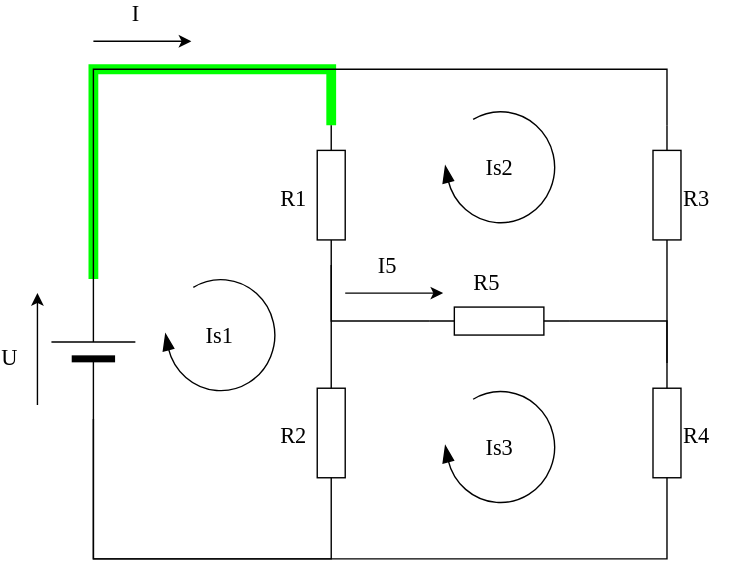
Above: examples/CircuitDiagram.drawio.svg in plow-technologies/onping-hmi-images (draw.io), before the change. Source tidied: cells renumbered, new cells last; positions are measured from the earlier drawing's top-left corner, leaving out a move shared by most shapes.
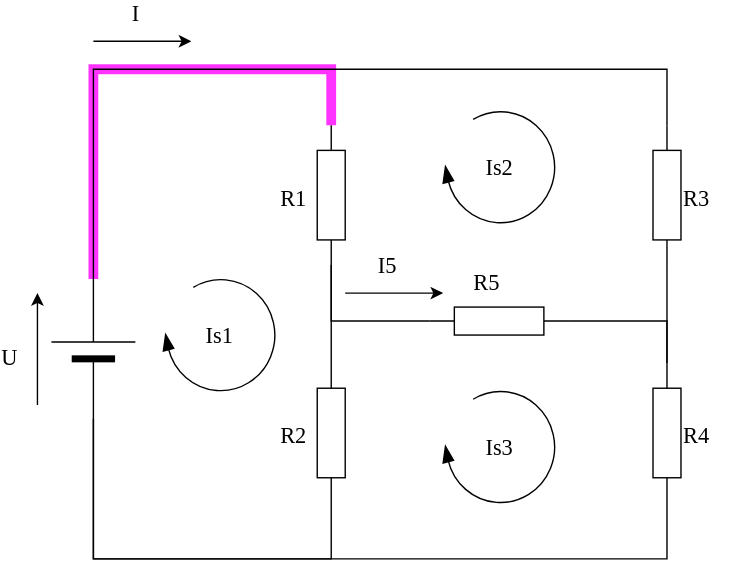
Above is the later version.

Change to the diagram source:
```diff
@@ -2,7 +2,7 @@
   <root>
     <mxCell id="0" />
     <mxCell id="1" parent="0" />
-    <mxCell id="2" style="edgeStyle=orthogonalEdgeStyle;rounded=0;html=1;exitX=1;exitY=0.5;exitPerimeter=0;entryX=1;entryY=0.5;entryPerimeter=0;labelBackgroundColor=none;startArrow=none;startFill=0;startSize=5;endArrow=none;endFill=0;endSize=5;jettySize=auto;strokeWidth=7;fontFamily=Verdana;fontSize=12;strokeColor=#00FF00;" parent="1" edge="1" source="4" target="7">
+    <mxCell id="2" style="edgeStyle=orthogonalEdgeStyle;rounded=0;html=1;exitX=1;exitY=0.5;exitPerimeter=0;entryX=1;entryY=0.5;entryPerimeter=0;labelBackgroundColor=none;startArrow=none;startFill=0;startSize=5;endArrow=none;endFill=0;endSize=5;jettySize=auto;strokeWidth=7;fontFamily=Verdana;fontSize=12;strokeColor=#FF33FF;" parent="1" edge="1" source="4" target="7">
       <mxGeometry relative="1" as="geometry">
         <Array as="points">
           <mxPoint x="50" y="20" />
```
